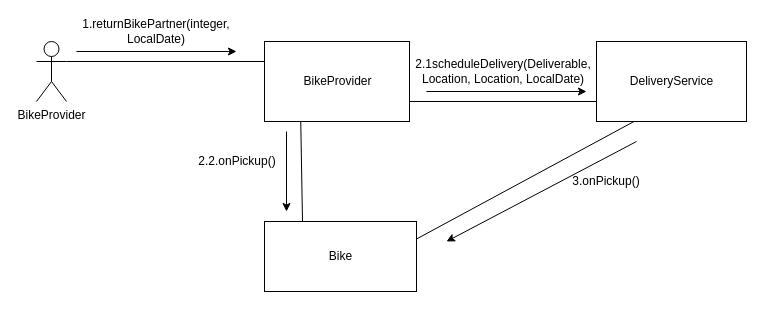
This is page "Page-3" (3 of 3) of diagram/cw2_sequence_communication.drawio from SatoMichi/SE_CW_Bike_Rental_System, a draw.io file, before an edit. Source tidied: cells renumbered, new cells numbered last; positions are measured from the earlier drawing's top-left corner, leaving out a move shared by most shapes. Both pictures are drawn from the tidied source at 100%, with x=0, y=0 at pixel (36, 21).
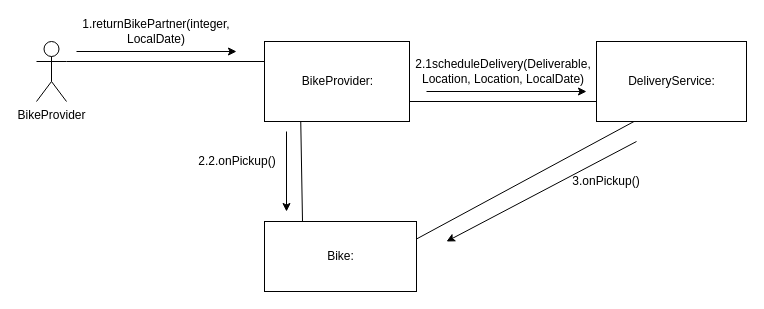
Above is the later version.

The edit, as a diff of the source:
```diff
@@
-    <mxCell id="3" value="BikeProvider" style="html=1;" parent="1" vertex="1">
+    <mxCell id="3" value="BikeProvider:" style="html=1;" parent="1" vertex="1">
       <mxGeometry x="228" y="20" width="145" height="80" as="geometry" />
     </mxCell>
-    <mxCell id="4" value="DeliveryService" style="html=1;" parent="1" vertex="1">
+    <mxCell id="4" value="DeliveryService:" style="html=1;" parent="1" vertex="1">
       <mxGeometry x="560" y="20" width="150" height="80" as="geometry" />
     </mxCell>
-    <mxCell id="5" value="Bike" style="html=1;" parent="1" vertex="1">
+    <mxCell id="5" value="Bike:" style="html=1;" parent="1" vertex="1">
       <mxGeometry x="228" y="200" width="152" height="70" as="geometry" />
     </mxCell>
```
